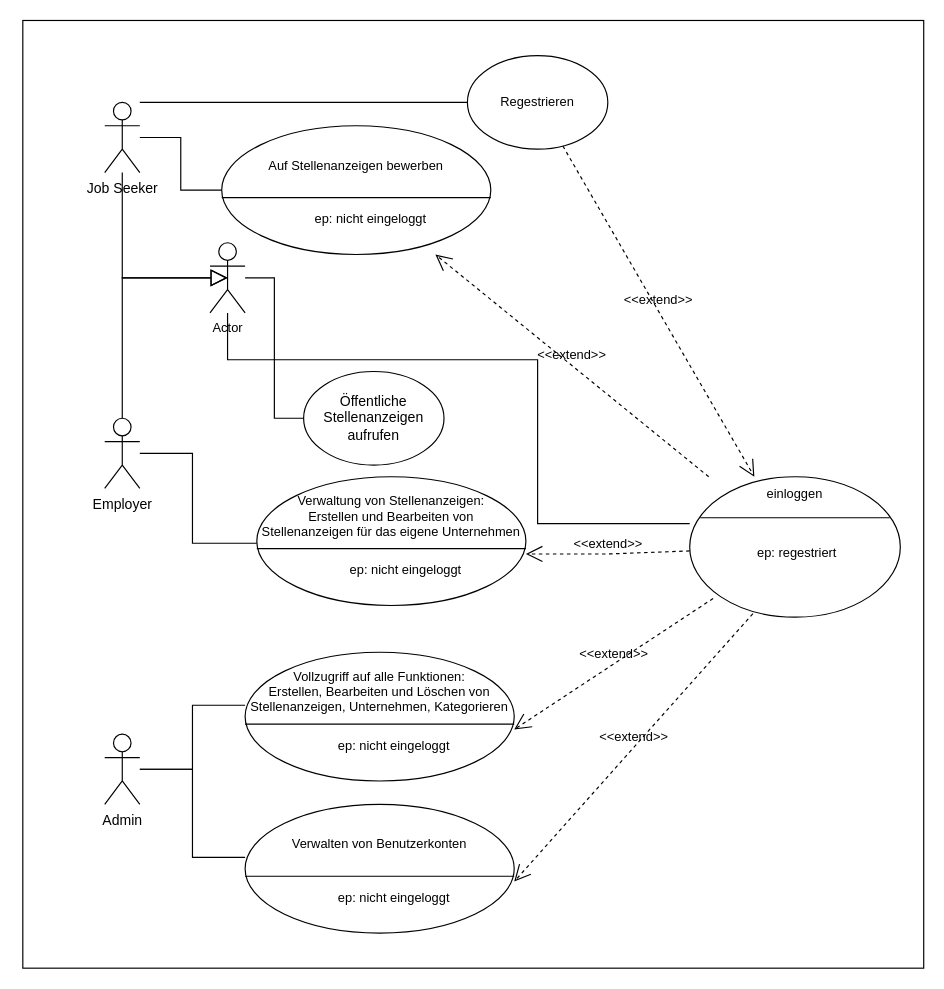
Before: diagramme/UseCase.drawio in Sascha2912/Jobboerse, a draw.io diagram. Source tidied: cells renumbered, new cells numbered last; positions are measured from the earlier drawing's top-left corner, leaving out a move shared by most shapes. Both pictures are drawn from the tidied source at 117%, with x=0, y=0 at pixel (22, 20).
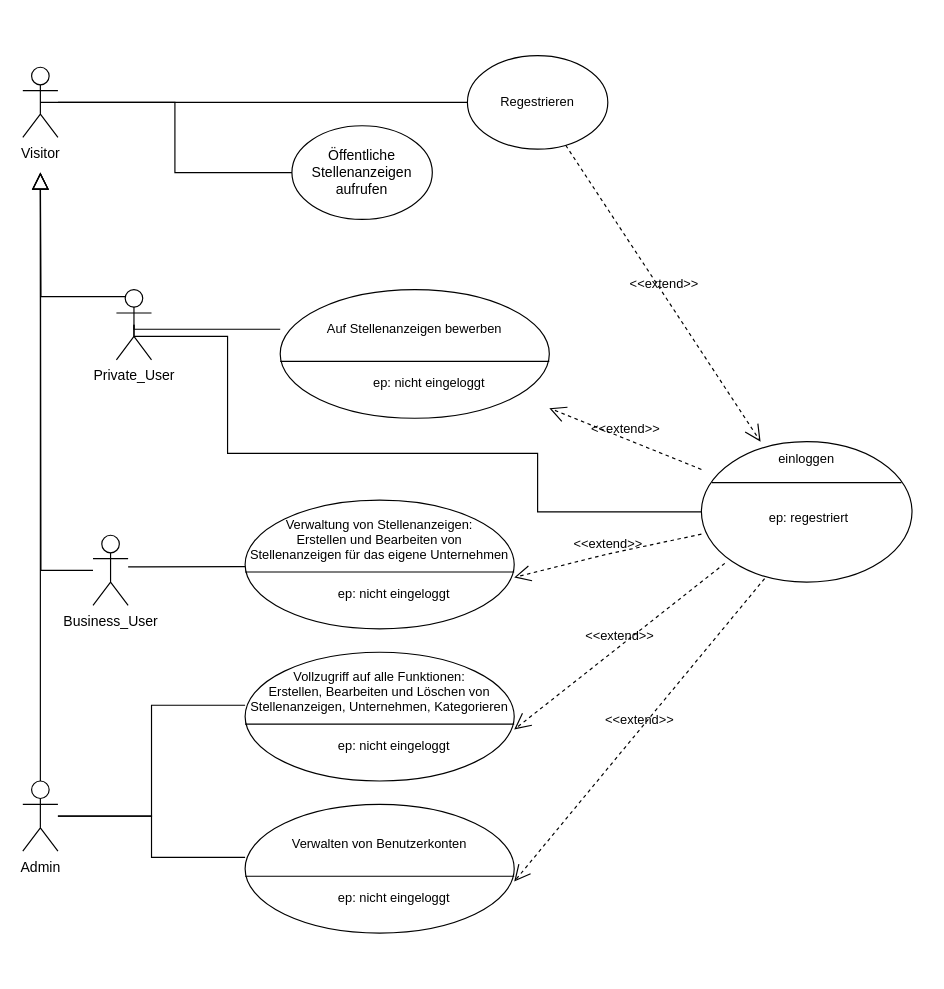
Above is the later version.

The change refers to these unchanged cells:
```xml
<mxCell id="18" value="Auf Stellenanzeigen bewerben" style="html=1;strokeColor=none;fillColor=none;align=center;verticalAlign=middle;whiteSpace=wrap;fontFamily=Helvetica;fontSize=11;fontColor=default;" parent="17" vertex="1">
  <mxGeometry y="11" width="230" height="45.8" as="geometry" />
</mxCell>
<mxCell id="22" value="Verwaltung von Stellenanzeigen:&lt;br&gt;Erstellen und Bearbeiten von&lt;br&gt;Stellenanzeigen für das eigene Unternehmen" style="html=1;strokeColor=none;fillColor=none;align=center;verticalAlign=middle;whiteSpace=wrap;fontFamily=Helvetica;fontSize=11;fontColor=default;" parent="21" vertex="1">
  <mxGeometry y="10.8" width="230" height="46" as="geometry" />
</mxCell>
<mxCell id="37" value="Regestrieren" style="ellipse;whiteSpace=wrap;html=1;fontFamily=Helvetica;fontSize=11;fontColor=default;" parent="1" vertex="1">
  <mxGeometry x="380" y="30" width="120" height="80" as="geometry" />
</mxCell>
```

Diff of the diagram source:
```diff
@@
-    <mxCell id="2" style="rounded=0;whiteSpace=wrap;html=1;fontFamily=Helvetica;fontSize=11;fontColor=default;fillColor=none;" parent="1" vertex="1">
-      <mxGeometry width="770" height="810" as="geometry" />
-    </mxCell>
-    <mxCell id="3" style="edgeStyle=orthogonalEdgeStyle;shape=connector;rounded=0;jettySize=auto;html=1;entryX=0;entryY=0.5;entryDx=0;entryDy=0;labelBackgroundColor=default;strokeColor=default;align=center;verticalAlign=middle;fontFamily=Helvetica;fontSize=11;fontColor=default;endArrow=none;endFill=0;endSize=12;" parent="1" edge="1" source="5" target="17">
-      <mxGeometry relative="1" as="geometry" />
+    <mxCell id="3" style="edgeStyle=orthogonalEdgeStyle;shape=connector;rounded=0;jettySize=auto;html=1;labelBackgroundColor=default;strokeColor=default;align=center;verticalAlign=middle;fontFamily=Helvetica;fontSize=11;fontColor=default;endArrow=none;endFill=0;endSize=12;exitX=0.5;exitY=0.5;exitDx=0;exitDy=0;exitPerimeter=0;entryX=0;entryY=0.5;entryDx=0;entryDy=0;" parent="1" edge="1" source="5" target="18">
+      <mxGeometry relative="1" as="geometry">
+        <Array as="points">
+          <mxPoint x="95" y="264" />
+        </Array>
+      </mxGeometry>
     </mxCell>
-    <mxCell id="4" style="edgeStyle=orthogonalEdgeStyle;shape=connector;rounded=0;jettySize=auto;html=1;entryX=0;entryY=0.5;entryDx=0;entryDy=0;labelBackgroundColor=default;strokeColor=default;align=center;verticalAlign=middle;fontFamily=Helvetica;fontSize=11;fontColor=default;endArrow=none;endFill=0;endSize=12;" parent="1" edge="1" source="5" target="37">
+    <mxCell id="4" style="edgeStyle=orthogonalEdgeStyle;shape=connector;rounded=0;jettySize=auto;html=1;entryX=0;entryY=0.5;entryDx=0;entryDy=0;labelBackgroundColor=default;strokeColor=default;align=center;verticalAlign=middle;fontFamily=Helvetica;fontSize=11;fontColor=default;endArrow=none;endFill=0;endSize=12;" parent="1" edge="1" source="46" target="37">
       <mxGeometry relative="1" as="geometry">
         <Array as="points">
           <mxPoint x="230" y="70" />
           <mxPoint x="230" y="70" />
         </Array>
       </mxGeometry>
     </mxCell>
+    <mxCell id="43" style="edgeStyle=orthogonalEdgeStyle;rounded=0;jettySize=auto;html=1;exitX=0.25;exitY=0.1;exitDx=0;exitDy=0;exitPerimeter=0;endArrow=block;endFill=0;endSize=12;" parent="1" edge="1" source="5">
+      <mxGeometry relative="1" as="geometry">
+        <mxPoint x="15" y="130" as="targetPoint" />
+      </mxGeometry>
+    </mxCell>
-    <mxCell id="5" value="Job Seeker" style="shape=umlActor;verticalLabelPosition=bottom;verticalAlign=top;html=1;" parent="1" vertex="1">
-      <mxGeometry x="70" y="70" width="30" height="60" as="geometry" />
+    <mxCell id="5" value="Private_User" style="shape=umlActor;verticalLabelPosition=bottom;verticalAlign=top;html=1;" parent="1" vertex="1">
+      <mxGeometry x="80" y="230" width="30" height="60" as="geometry" />
     </mxCell>
@@
+    <mxCell id="44" style="edgeStyle=orthogonalEdgeStyle;rounded=0;jettySize=auto;html=1;endArrow=block;endFill=0;endSize=12;" parent="1" edge="1" source="8">
+      <mxGeometry relative="1" as="geometry">
+        <mxPoint x="15" y="130" as="targetPoint" />
+      </mxGeometry>
+    </mxCell>
     <mxCell id="8" value="Admin" style="shape=umlActor;verticalLabelPosition=bottom;verticalAlign=top;html=1;" parent="1" vertex="1">
-      <mxGeometry x="70" y="610" width="30" height="60" as="geometry" />
+      <mxGeometry y="650" width="30" height="60" as="geometry" />
     </mxCell>
-    <mxCell id="9" style="edgeStyle=orthogonalEdgeStyle;rounded=0;jettySize=auto;html=1;endArrow=block;endFill=0;endSize=12;entryX=0.5;entryY=0.5;entryDx=0;entryDy=0;entryPerimeter=0;" parent="1" edge="1" source="11" target="31">
-      <mxGeometry relative="1" as="geometry">
-        <Array as="points">
-          <mxPoint x="85" y="220" />
-        </Array>
-      </mxGeometry>
-    </mxCell>
     <mxCell id="10" style="edgeStyle=orthogonalEdgeStyle;shape=connector;rounded=0;jettySize=auto;html=1;entryX=0;entryY=1;entryDx=0;entryDy=0;labelBackgroundColor=default;strokeColor=default;align=center;verticalAlign=middle;fontFamily=Helvetica;fontSize=11;fontColor=default;endArrow=none;endFill=0;endSize=12;" parent="1" edge="1" source="11" target="22">
       <mxGeometry relative="1" as="geometry">
         <Array as="points">
-          <mxPoint x="145" y="370" />
-          <mxPoint x="145" y="447" />
+          <mxPoint x="100" y="467" />
+          <mxPoint x="100" y="467" />
         </Array>
       </mxGeometry>
     </mxCell>
+    <mxCell id="45" style="edgeStyle=orthogonalEdgeStyle;rounded=0;jettySize=auto;html=1;endArrow=block;endFill=0;endSize=12;" parent="1" edge="1" source="11">
+      <mxGeometry relative="1" as="geometry">
+        <mxPoint x="15" y="130" as="targetPoint" />
+      </mxGeometry>
+    </mxCell>
-    <mxCell id="11" value="Employer" style="shape=umlActor;verticalLabelPosition=bottom;verticalAlign=top;html=1;" parent="1" vertex="1">
-      <mxGeometry x="70" y="340" width="30" height="60" as="geometry" />
+    <mxCell id="11" value="Business_User" style="shape=umlActor;verticalLabelPosition=bottom;verticalAlign=top;html=1;" parent="1" vertex="1">
+      <mxGeometry x="60" y="440" width="30" height="60" as="geometry" />
     </mxCell>
     <mxCell id="12" value="Öffentliche Stellenanzeigen&lt;br&gt;aufrufen" style="ellipse;whiteSpace=wrap;html=1;" parent="1" vertex="1">
-      <mxGeometry x="240" y="300" width="120" height="80" as="geometry" />
+      <mxGeometry x="230" y="90" width="120" height="80" as="geometry" />
     </mxCell>
@@
     <mxCell id="17" style="shape=ellipse;horizontal=1;html=1;dashed=0;fontFamily=Helvetica;fontSize=11;fontColor=default;" parent="1" vertex="1">
-      <mxGeometry x="170" y="90" width="230" height="110" as="geometry" />
+      <mxGeometry x="220" y="230" width="230" height="110" as="geometry" />
     </mxCell>
@@
     <mxCell id="21" style="shape=ellipse;horizontal=1;html=1;dashed=0;fontFamily=Helvetica;fontSize=11;fontColor=default;" parent="1" vertex="1">
-      <mxGeometry x="200" y="390" width="230" height="110" as="geometry" />
+      <mxGeometry x="190" y="410" width="230" height="110" as="geometry" />
     </mxCell>
@@
-    <mxCell id="29" style="edgeStyle=orthogonalEdgeStyle;shape=connector;rounded=0;jettySize=auto;html=1;entryX=0;entryY=0.5;entryDx=0;entryDy=0;labelBackgroundColor=default;strokeColor=default;align=center;verticalAlign=middle;fontFamily=Helvetica;fontSize=11;fontColor=default;endArrow=none;endFill=0;endSize=12;" parent="1" edge="1" source="31" target="12">
+    <mxCell id="29" style="edgeStyle=orthogonalEdgeStyle;shape=connector;rounded=0;jettySize=auto;html=1;entryX=0;entryY=0.5;entryDx=0;entryDy=0;labelBackgroundColor=default;strokeColor=default;align=center;verticalAlign=middle;fontFamily=Helvetica;fontSize=11;fontColor=default;endArrow=none;endFill=0;endSize=12;exitX=0.5;exitY=0.5;exitDx=0;exitDy=0;exitPerimeter=0;" parent="1" edge="1" source="46" target="12">
       <mxGeometry relative="1" as="geometry" />
     </mxCell>
-    <mxCell id="30" style="edgeStyle=orthogonalEdgeStyle;shape=connector;rounded=0;jettySize=auto;html=1;labelBackgroundColor=default;strokeColor=default;align=center;verticalAlign=middle;fontFamily=Helvetica;fontSize=11;fontColor=default;endArrow=none;endFill=0;endSize=12;" parent="1" edge="1" source="31" target="33">
+    <mxCell id="30" style="edgeStyle=orthogonalEdgeStyle;shape=connector;rounded=0;jettySize=auto;html=1;labelBackgroundColor=default;strokeColor=default;align=center;verticalAlign=middle;fontFamily=Helvetica;fontSize=11;fontColor=default;endArrow=none;endFill=0;endSize=12;exitX=0.5;exitY=0.5;exitDx=0;exitDy=0;exitPerimeter=0;" parent="1" edge="1" source="5" target="33">
       <mxGeometry relative="1" as="geometry">
         <Array as="points">
-          <mxPoint x="175" y="290" />
-          <mxPoint x="440" y="290" />
-          <mxPoint x="440" y="430" />
+          <mxPoint x="95" y="270" />
+          <mxPoint x="175" y="270" />
+          <mxPoint x="175" y="370" />
+          <mxPoint x="440" y="370" />
+          <mxPoint x="440" y="420" />
         </Array>
       </mxGeometry>
     </mxCell>
-    <mxCell id="31" value="Actor" style="shape=umlActor;verticalLabelPosition=bottom;verticalAlign=top;html=1;fontFamily=Helvetica;fontSize=11;fontColor=default;" parent="1" vertex="1">
-      <mxGeometry x="160" y="190" width="30" height="60" as="geometry" />
-    </mxCell>
-    <mxCell id="32" style="edgeStyle=orthogonalEdgeStyle;shape=connector;rounded=0;jettySize=auto;html=1;entryX=0.5;entryY=0.5;entryDx=0;entryDy=0;entryPerimeter=0;labelBackgroundColor=default;strokeColor=default;align=center;verticalAlign=middle;fontFamily=Helvetica;fontSize=11;fontColor=default;endArrow=block;endFill=0;endSize=12;" parent="1" edge="1" source="5" target="31">
-      <mxGeometry relative="1" as="geometry">
-        <Array as="points">
-          <mxPoint x="85" y="220" />
-        </Array>
-      </mxGeometry>
-    </mxCell>
     <mxCell id="33" style="shape=ellipse;horizontal=1;html=1;dashed=0;fontFamily=Helvetica;fontSize=11;fontColor=default;" parent="1" vertex="1">
-      <mxGeometry x="570" y="390" width="180" height="120" as="geometry" />
+      <mxGeometry x="580" y="360" width="180" height="120" as="geometry" />
     </mxCell>
@@
+    <mxCell id="46" value="Visitor" style="shape=umlActor;verticalLabelPosition=bottom;verticalAlign=top;html=1;" parent="1" vertex="1">
+      <mxGeometry y="40" width="30" height="60" as="geometry" />
+    </mxCell>
```
